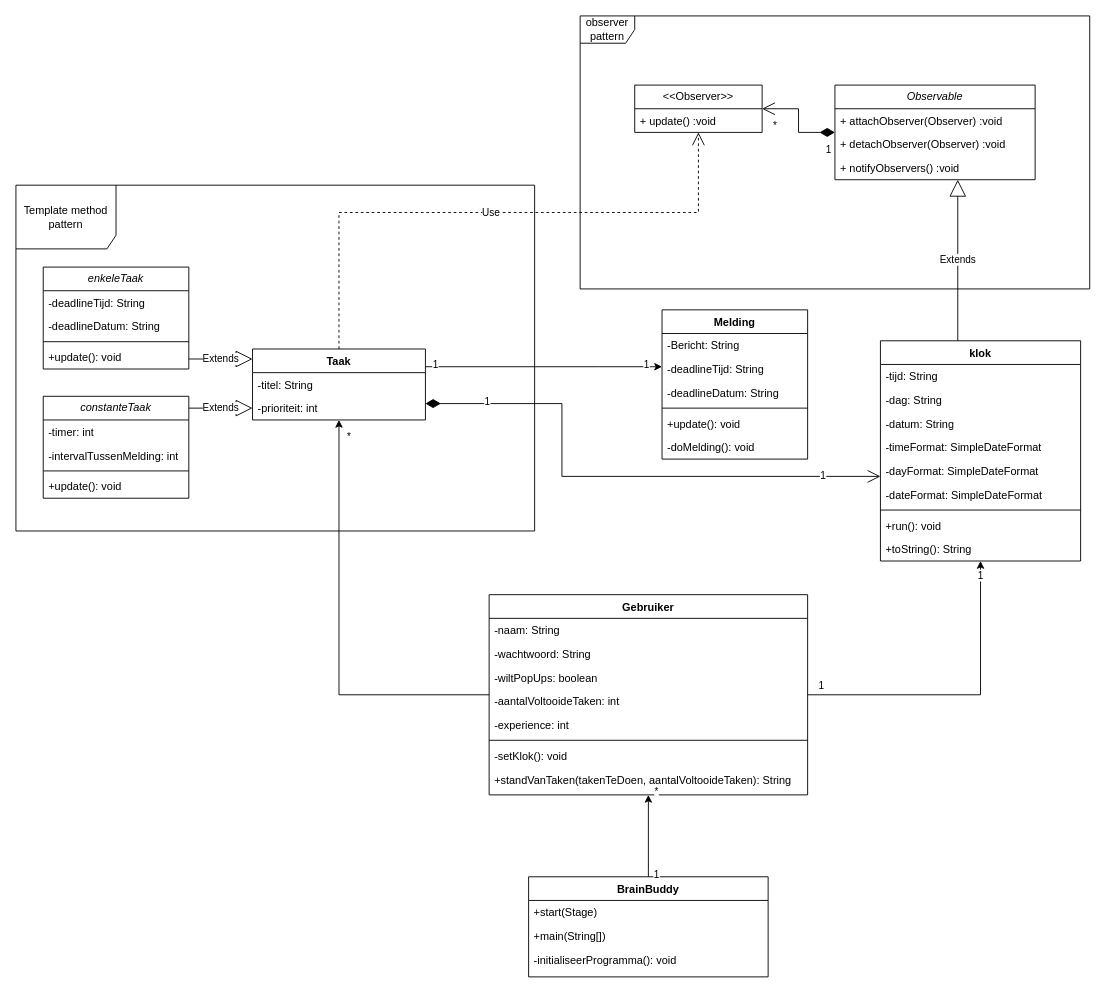
The draw.io diagram OPT3-2023/documentation/UML design Brainbuddy.drawio in jipiekaye/OPT3-2023, before the edit. Source tidied: cells renumbered, new cells numbered last; positions are measured from the earlier drawing's top-left corner, leaving out a move shared by most shapes. Both pictures are drawn from the tidied source at 91%, with x=0, y=0 at pixel (15, 15).
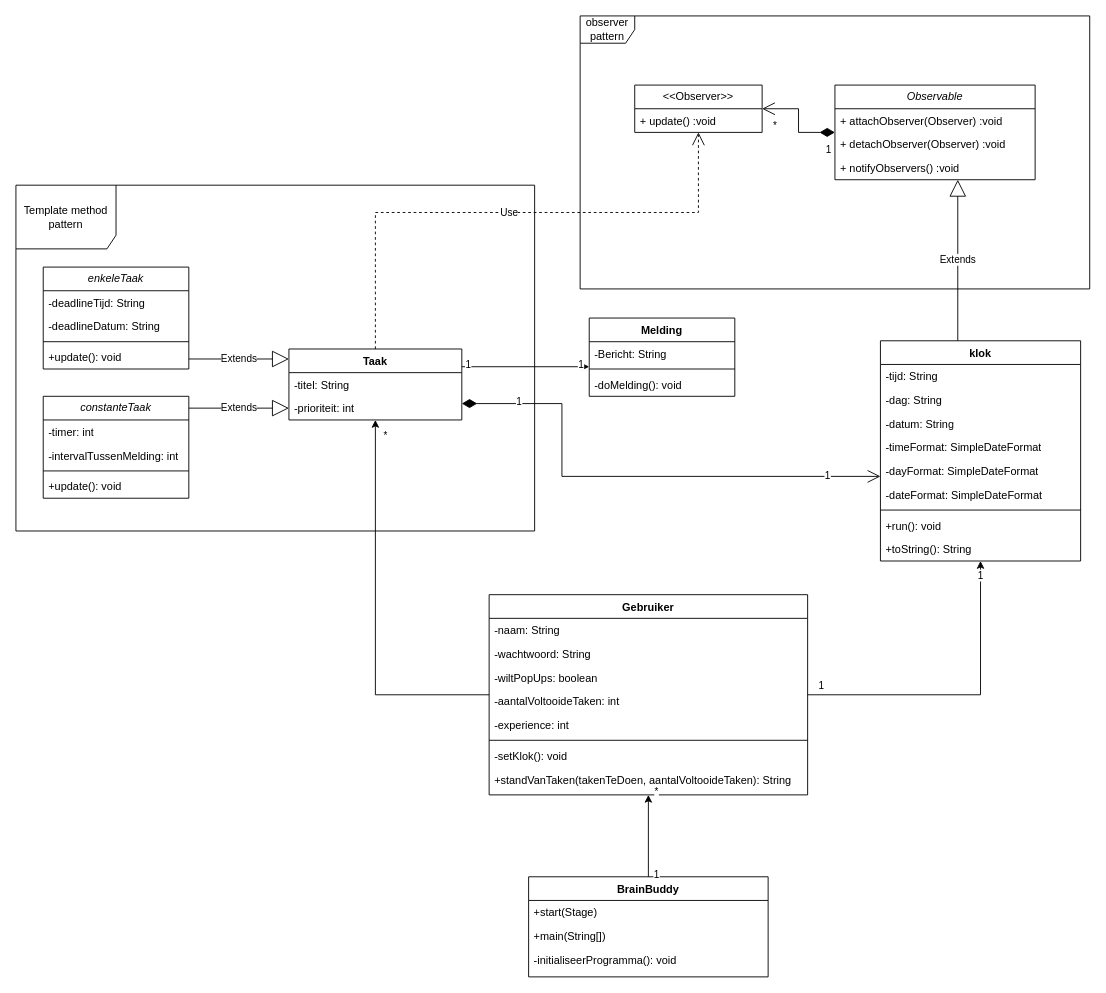
The same page after the edit.

Change to the diagram source:
```diff
@@
     <mxCell id="11" value="Taak" style="swimlane;fontStyle=1;align=center;verticalAlign=top;horizontal=1;startSize=26;whiteSpace=wrap;html=1;" parent="1" vertex="1">
-      <mxGeometry x="260" y="366" width="190" height="78" as="geometry" />
+      <mxGeometry x="300" y="366" width="190" height="78" as="geometry" />
     </mxCell>
@@
     <mxCell id="14" value="Melding" style="swimlane;fontStyle=1;align=center;verticalAlign=top;horizontal=1;startSize=26;whiteSpace=wrap;html=1;" parent="1" vertex="1">
-      <mxGeometry x="710" y="323" width="160" height="164" as="geometry" />
+      <mxGeometry x="630" y="332" width="160" height="86" as="geometry" />
     </mxCell>
@@
-    <mxCell id="16" value="-deadlineTijd: String" style="text;strokeColor=none;fillColor=none;align=left;verticalAlign=top;spacingLeft=4;spacingRight=4;overflow=hidden;whiteSpace=wrap;html=1;" parent="14" vertex="1">
-      <mxGeometry y="52" width="160" height="26" as="geometry" />
-    </mxCell>
-    <mxCell id="17" value="-deadlineDatum: String" style="text;strokeColor=none;fillColor=none;align=left;verticalAlign=top;spacingLeft=4;spacingRight=4;overflow=hidden;whiteSpace=wrap;html=1;" parent="14" vertex="1">
-      <mxGeometry y="78" width="160" height="26" as="geometry" />
-    </mxCell>
     <mxCell id="18" style="line;strokeWidth=1;fillColor=none;align=left;verticalAlign=middle;spacingTop=-1;spacingLeft=3;spacingRight=3;labelPosition=right;strokeColor=inherit;" parent="14" vertex="1">
-      <mxGeometry y="104" width="160" height="8" as="geometry" />
+      <mxGeometry y="52" width="160" height="8" as="geometry" />
     </mxCell>
-    <mxCell id="19" value="+update(): void" style="text;strokeColor=none;fillColor=none;align=left;verticalAlign=top;spacingLeft=4;spacingRight=4;overflow=hidden;whiteSpace=wrap;html=1;" parent="14" vertex="1">
-      <mxGeometry y="112" width="160" height="26" as="geometry" />
-    </mxCell>
     <mxCell id="20" value="-doMelding(): void" style="text;strokeColor=none;fillColor=none;align=left;verticalAlign=top;spacingLeft=4;spacingRight=4;overflow=hidden;whiteSpace=wrap;html=1;" parent="14" vertex="1">
-      <mxGeometry y="138" width="160" height="26" as="geometry" />
+      <mxGeometry y="60" width="160" height="26" as="geometry" />
     </mxCell>
```
